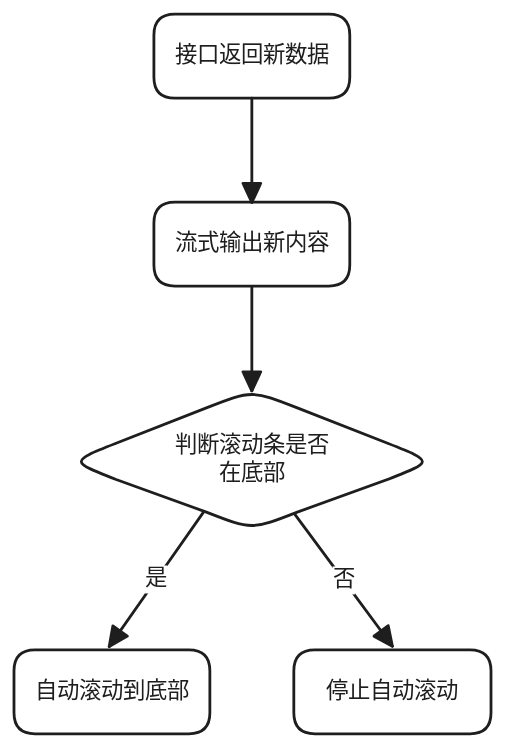
The Excalidraw diagram source/_posts/2025/11/流式加载下的滚动体验优化/flow1.excalidraw.svg in showlotus/showlotus.github.io, before a commit. Source tidied: one line per element, renumbered; positions are measured from the earlier drawing's top-left corner, leaving out a move shared by most shapes.
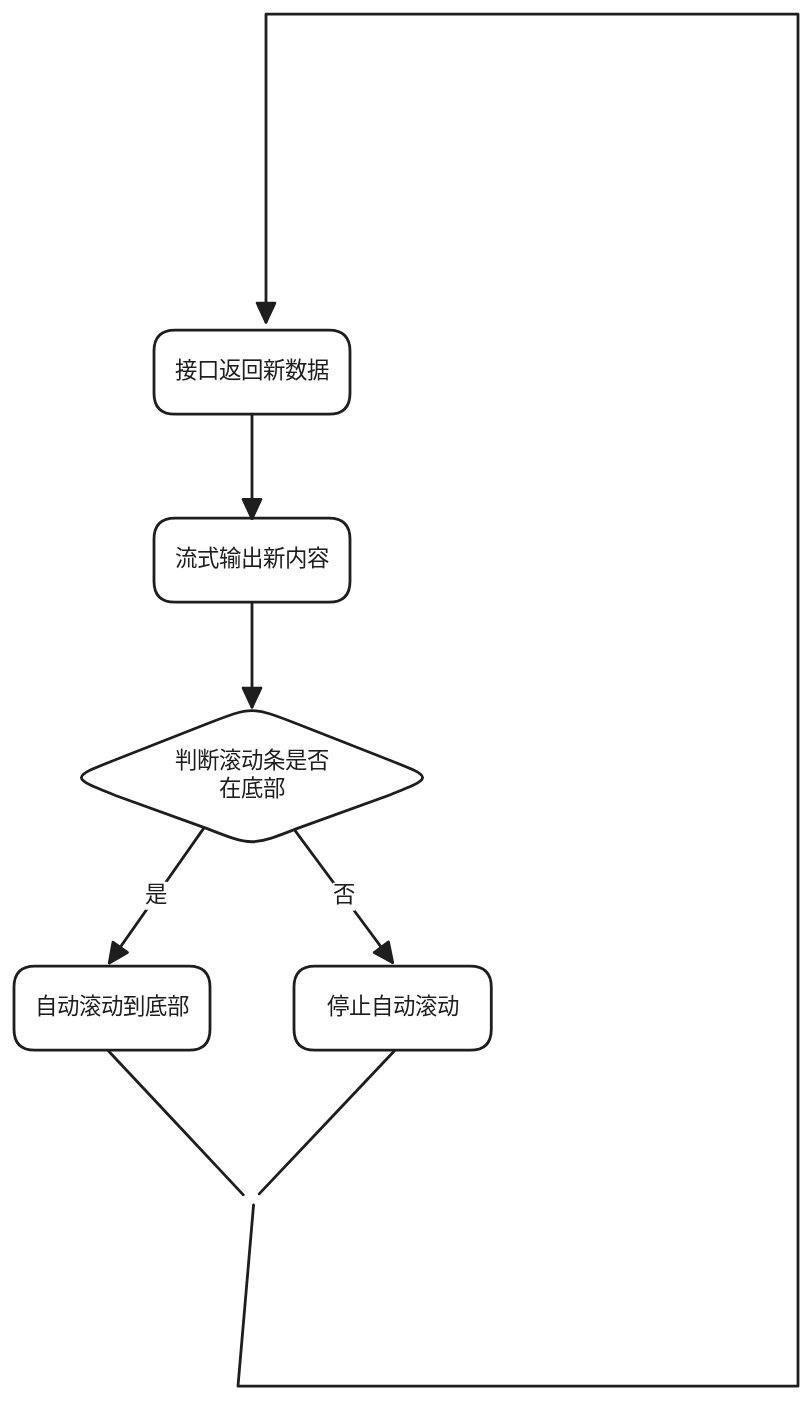
Above is the later version.

Change to the diagram source:
```diff
@@ -14,3 +14,6 @@
 {"id": 13, "type": "text", "text": "是", "strokeColor": "#1e1e1e", "strokeWidth": 2, "roughness": 0, "fontSize": 16, "fontFamily": 5, "textAlign": "center", "verticalAlign": "middle", "inside": 12, "x": 162, "y": 414, "width": 16, "height": 20}
 {"id": 14, "type": "arrow", "strokeColor": "#1e1e1e", "strokeWidth": 2, "roughness": 0, "endArrowhead": "triangle", "round": true, "from": 8, "to": 6, "x": 201, "y": 358, "width": 70, "height": 94, "points": [[0, 0], [70, 94]]}
 {"id": 15, "type": "text", "text": "否", "strokeColor": "#1e1e1e", "strokeWidth": 2, "roughness": 0, "fontSize": 16, "fontFamily": 5, "textAlign": "center", "verticalAlign": "middle", "inside": 14, "x": 337, "y": 313, "width": 16, "height": 20}
+{"id": 16, "type": "line", "strokeColor": "#1e1e1e", "strokeWidth": 2, "roughness": 0, "round": true, "x": 175, "y": 617, "width": 96, "height": 102, "points": [[0, 0], [96, -102]]}
+{"id": 17, "type": "line", "strokeColor": "#1e1e1e", "strokeWidth": 2, "roughness": 0, "round": true, "x": 67, "y": 514, "width": 97, "height": 103, "points": [[0, 0], [97, 103]]}
+{"id": 18, "type": "arrow", "strokeColor": "#1e1e1e", "strokeWidth": 2, "roughness": 0, "endArrowhead": "triangle", "to": 2, "x": 171, "y": 625, "width": 400, "height": 980, "points": [[0, 0], [-11, 129], [389, 129], [389, -851], [9, -851], [9, -631]]}
```
